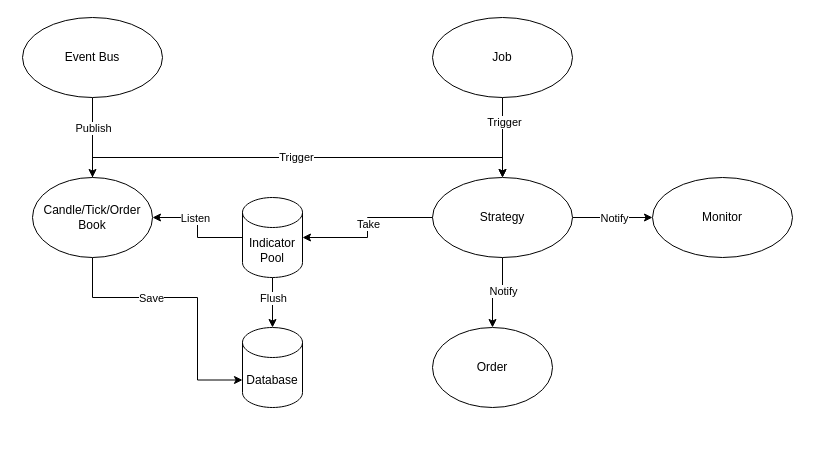
This is portfolio-全景图.drawio from kenny0924/diagrams, a draw.io file, before an edit. Source tidied: cells renumbered, new cells numbered last; positions are measured from the earlier drawing's top-left corner, leaving out a move shared by most shapes. Both pictures are drawn from the tidied source at 100%, with x=0, y=0 at pixel (22, 17).
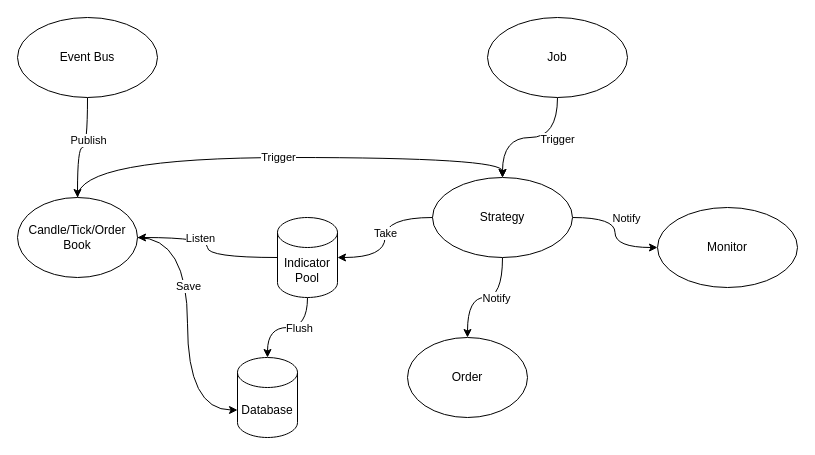
Above is the later version.

The change refers to these unchanged cells:
```xml
<mxCell id="17" value="Strategy" style="ellipse;whiteSpace=wrap;html=1;" parent="1" vertex="1">
  <mxGeometry x="410" y="160" width="140" height="80" as="geometry" />
</mxCell>
```

What changed in the source:
```diff
@@
-    <mxCell id="2" style="edgeStyle=orthogonalEdgeStyle;rounded=0;jettySize=auto;html=1;" parent="1" edge="1" source="6" target="12">
+    <mxCell id="2" style="edgeStyle=orthogonalEdgeStyle;rounded=0;jettySize=auto;html=1;curved=1;" parent="1" edge="1" source="6" target="12">
       <mxGeometry relative="1" as="geometry" />
     </mxCell>
@@
-    <mxCell id="4" style="edgeStyle=orthogonalEdgeStyle;rounded=0;jettySize=auto;html=1;" parent="1" edge="1" source="6" target="11">
+    <mxCell id="4" style="edgeStyle=orthogonalEdgeStyle;rounded=0;jettySize=auto;html=1;curved=1;" parent="1" edge="1" source="6" target="11">
       <mxGeometry relative="1" as="geometry" />
     </mxCell>
@@
     <mxCell id="6" value="Indicator Pool" style="shape=cylinder3;whiteSpace=wrap;html=1;boundedLbl=1;backgroundOutline=1;size=15;" parent="1" vertex="1">
-      <mxGeometry x="220" y="180" width="60" height="80" as="geometry" />
+      <mxGeometry x="255" y="200" width="60" height="80" as="geometry" />
     </mxCell>
-    <mxCell id="7" style="edgeStyle=orthogonalEdgeStyle;rounded=0;jettySize=auto;html=1;exitX=0.5;exitY=0;exitDx=0;exitDy=0;entryX=0.5;entryY=0;entryDx=0;entryDy=0;" parent="1" edge="1" source="11" target="17">
+    <mxCell id="7" style="edgeStyle=orthogonalEdgeStyle;rounded=0;jettySize=auto;html=1;exitX=0.5;exitY=0;exitDx=0;exitDy=0;entryX=0.5;entryY=0;entryDx=0;entryDy=0;elbow=vertical;curved=1;" parent="1" edge="1" source="11" target="17">
       <mxGeometry relative="1" as="geometry" />
     </mxCell>
@@
-    <mxCell id="9" style="edgeStyle=orthogonalEdgeStyle;rounded=0;jettySize=auto;html=1;entryX=0;entryY=0;entryDx=0;entryDy=52.5;entryPerimeter=0;" parent="1" edge="1" source="11" target="12">
-      <mxGeometry relative="1" as="geometry">
-        <Array as="points">
-          <mxPoint x="70" y="280" />
-          <mxPoint x="175" y="280" />
-          <mxPoint x="175" y="363" />
-        </Array>
-      </mxGeometry>
+    <mxCell id="9" style="edgeStyle=orthogonalEdgeStyle;rounded=0;jettySize=auto;html=1;entryX=0;entryY=0;entryDx=0;entryDy=52.5;entryPerimeter=0;curved=1;" parent="1" edge="1" source="11" target="12">
+      <mxGeometry relative="1" as="geometry" />
     </mxCell>
@@
     <mxCell id="11" value="Candle/Tick/Order Book" style="ellipse;whiteSpace=wrap;html=1;" parent="1" vertex="1">
-      <mxGeometry x="10" y="160" width="120" height="80" as="geometry" />
+      <mxGeometry x="-5" y="180" width="120" height="80" as="geometry" />
     </mxCell>
     <mxCell id="12" value="Database" style="shape=cylinder3;whiteSpace=wrap;html=1;boundedLbl=1;backgroundOutline=1;size=15;" parent="1" vertex="1">
-      <mxGeometry x="220" y="310" width="60" height="80" as="geometry" />
+      <mxGeometry x="215" y="340" width="60" height="80" as="geometry" />
     </mxCell>
-    <mxCell id="13" style="edgeStyle=orthogonalEdgeStyle;rounded=0;jettySize=auto;html=1;" parent="1" edge="1" source="17" target="20">
+    <mxCell id="13" style="edgeStyle=orthogonalEdgeStyle;rounded=0;jettySize=auto;html=1;curved=1;" parent="1" edge="1" source="17" target="20">
       <mxGeometry relative="1" as="geometry" />
     </mxCell>
@@
-    <mxCell id="15" style="edgeStyle=orthogonalEdgeStyle;rounded=0;jettySize=auto;html=1;" parent="1" edge="1" source="17" target="21">
+    <mxCell id="15" style="edgeStyle=orthogonalEdgeStyle;rounded=0;jettySize=auto;html=1;curved=1;" parent="1" edge="1" source="17" target="21">
       <mxGeometry relative="1" as="geometry" />
     </mxCell>
@@
-    <mxCell id="18" style="edgeStyle=orthogonalEdgeStyle;rounded=0;jettySize=auto;html=1;exitX=0;exitY=0.5;exitDx=0;exitDy=0;entryX=1;entryY=0.5;entryDx=0;entryDy=0;entryPerimeter=0;" parent="1" edge="1" source="17" target="6">
+    <mxCell id="18" style="edgeStyle=orthogonalEdgeStyle;rounded=0;jettySize=auto;html=1;exitX=0;exitY=0.5;exitDx=0;exitDy=0;entryX=1;entryY=0.5;entryDx=0;entryDy=0;entryPerimeter=0;curved=1;" parent="1" edge="1" source="17" target="6">
       <mxGeometry relative="1" as="geometry" />
     </mxCell>
@@
     <mxCell id="20" value="Order" style="ellipse;whiteSpace=wrap;html=1;" parent="1" vertex="1">
-      <mxGeometry x="410" y="310" width="120" height="80" as="geometry" />
+      <mxGeometry x="385" y="320" width="120" height="80" as="geometry" />
     </mxCell>
     <mxCell id="21" value="Monitor" style="ellipse;whiteSpace=wrap;html=1;" parent="1" vertex="1">
-      <mxGeometry x="630" y="160" width="140" height="80" as="geometry" />
+      <mxGeometry x="635" y="190" width="140" height="80" as="geometry" />
     </mxCell>
-    <mxCell id="22" style="edgeStyle=orthogonalEdgeStyle;rounded=0;jettySize=auto;html=1;" parent="1" edge="1" source="24" target="17">
+    <mxCell id="22" style="edgeStyle=orthogonalEdgeStyle;rounded=0;jettySize=auto;html=1;curved=1;" parent="1" edge="1" source="24" target="17">
       <mxGeometry relative="1" as="geometry" />
     </mxCell>
@@
     <mxCell id="24" value="Job" style="ellipse;whiteSpace=wrap;html=1;" parent="1" vertex="1">
-      <mxGeometry x="410" width="140" height="80" as="geometry" />
+      <mxGeometry x="465" width="140" height="80" as="geometry" />
     </mxCell>
-    <mxCell id="25" style="edgeStyle=orthogonalEdgeStyle;rounded=0;jettySize=auto;html=1;" parent="1" edge="1" source="27" target="11">
+    <mxCell id="25" style="edgeStyle=orthogonalEdgeStyle;rounded=0;jettySize=auto;html=1;curved=1;" parent="1" edge="1" source="27" target="11">
       <mxGeometry relative="1" as="geometry" />
     </mxCell>
@@
     <mxCell id="27" value="Event Bus" style="ellipse;whiteSpace=wrap;html=1;" parent="1" vertex="1">
-      <mxGeometry width="140" height="80" as="geometry" />
+      <mxGeometry x="-5" width="140" height="80" as="geometry" />
     </mxCell>
```
